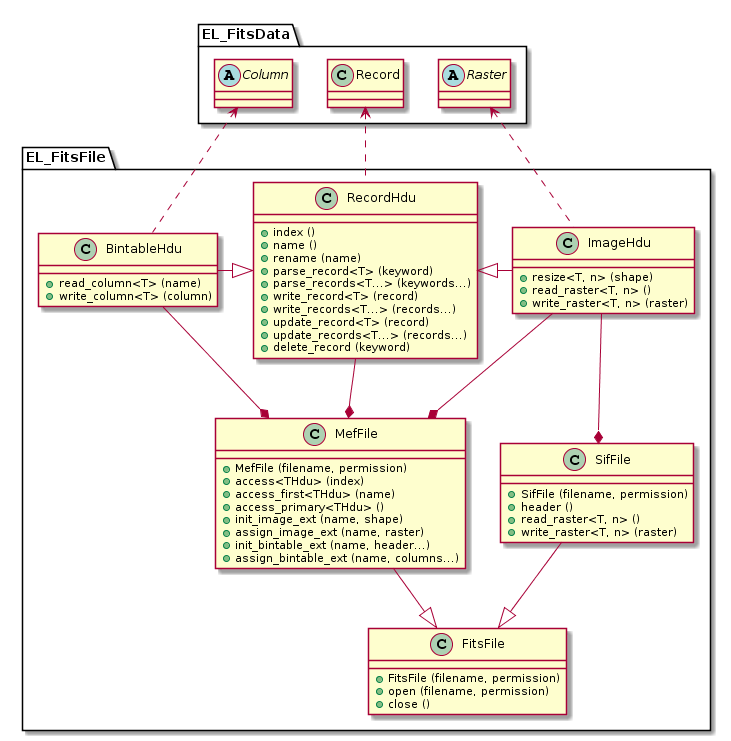
CNES/EleFits keeps this PlantUML diagram as doc/diagrams/out/FitsFile.png. Above is the earlier version.
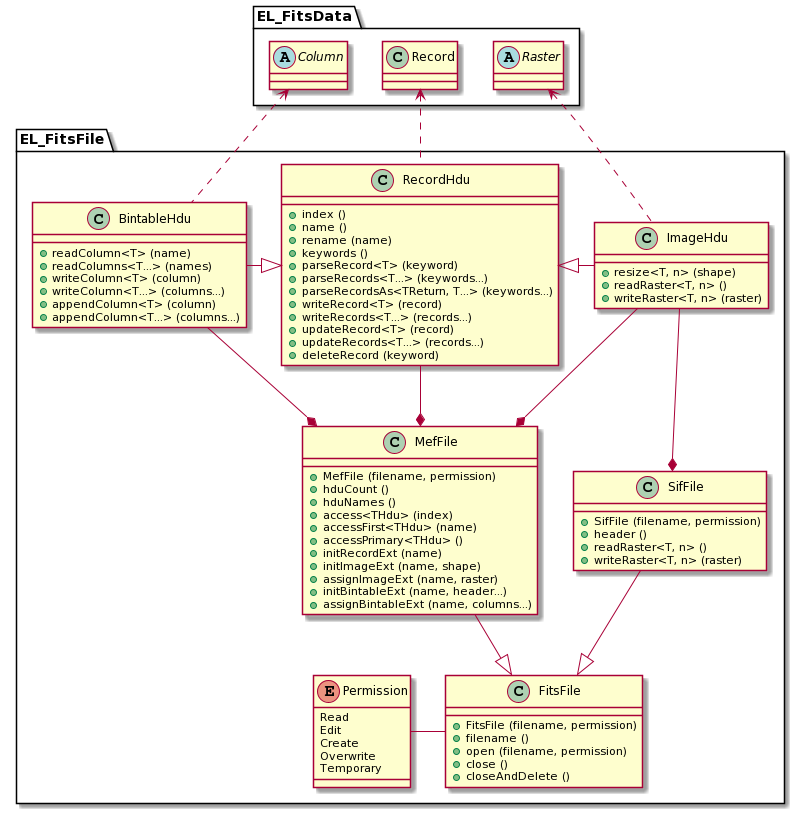
After the commit.

Commit message:
Update class diagrams

Diff of the diagram source:
```diff
@@ -12,6 +12,8 @@
 SifFile --|> FitsFile
 ImageHdu --* SifFile
 
+Permission - FitsFile
+
 }
 
 package EL_FitsData {
@@ -22,52 +24,71 @@
 
 }
 
+enum Permission {
+Read
+Edit
+Create
+Overwrite
+Temporary
+}
+
 class FitsFile {
 + FitsFile (filename, permission)
++ filename ()
 + open (filename, permission)
 + close ()
++ closeAndDelete ()
 }
 
 class MefFile {
 + MefFile (filename, permission)
++ hduCount ()
++ hduNames ()
 + access<THdu> (index)
-+ access_first<THdu> (name)
-+ access_primary<THdu> ()
-+ init_image_ext (name, shape)
-+ assign_image_ext (name, raster)
-+ init_bintable_ext (name, header...)
-+ assign_bintable_ext (name, columns...)
++ accessFirst<THdu> (name)
++ accessPrimary<THdu> ()
++ initRecordExt (name)
++ initImageExt (name, shape)
++ assignImageExt (name, raster)
++ initBintableExt (name, header...)
++ assignBintableExt (name, columns...)
 }
 
 class SifFile {
 + SifFile (filename, permission)
 + header ()
-+ read_raster<T, n> ()
-+ write_raster<T, n> (raster)
++ readRaster<T, n> ()
++ writeRaster<T, n> (raster)
 }
 
 class RecordHdu {
 + index ()
 + name ()
 + rename (name)
-+ parse_record<T> (keyword)
-+ parse_records<T...> (keywords...)
-+ write_record<T> (record)
-+ write_records<T...> (records...)
-+ update_record<T> (record)
-+ update_records<T...> (records...)
-+ delete_record (keyword)
++ keywords ()
++ parseRecord<T> (keyword)
++ parseRecords<T...> (keywords...)
++ parseRecordsAs<TReturn, T...> (keywords...)
++ writeRecord<T> (record)
++ writeRecords<T...> (records...)
++ updateRecord<T> (record)
++ updateRecords<T...> (records...)
++ deleteRecord (keyword)
 }
 
 class ImageHdu {
 + resize<T, n> (shape)
-+ read_raster<T, n> ()
-+ write_raster<T, n> (raster)
++ readRaster<T, n> ()
++ writeRaster<T, n> (raster)
 }
 
 class BintableHdu {
-+ read_column<T> (name)
-+ write_column<T> (column)
++ readColumn<T> (name)
++ readColumns<T...> (names)
++ writeColumn<T> (column)
++ writeColumn<T...> (columns...)
++ appendColumn<T> (column)
++ appendColumn<T...> (columns...)
 }
 
 abstract class Raster {}
```
